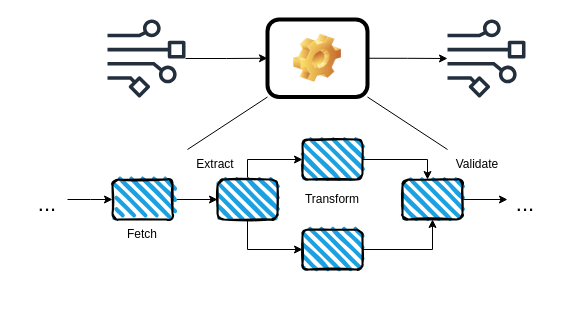
Before: page "fig-2" (3 of 3) of slides/img/diagrams.drawio in rdf-connect/Tutorial-SEMANTiCS2025, a draw.io diagram. Source tidied: cells renumbered, new cells numbered last; positions are measured from the earlier drawing's top-left corner, leaving out a move shared by most shapes. Both pictures are drawn from the tidied source at 100%, with x=0, y=0 at pixel (17, 19).
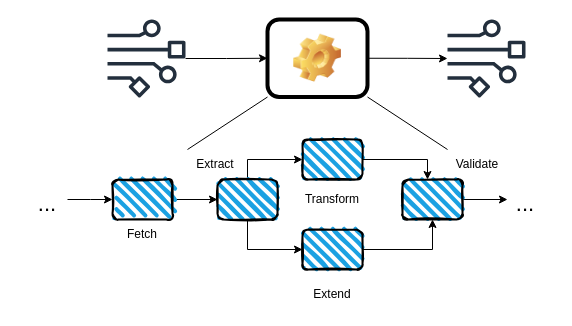
The same page after the edit.

What changed in the source:
```diff
@@
+    <mxCell id="27" value="Extend" style="text;html=1;align=center;verticalAlign=middle;whiteSpace=wrap;rounded=0;" parent="1" vertex="1">
+      <mxGeometry x="285" y="260" width="60" height="30" as="geometry" />
+    </mxCell>
```
